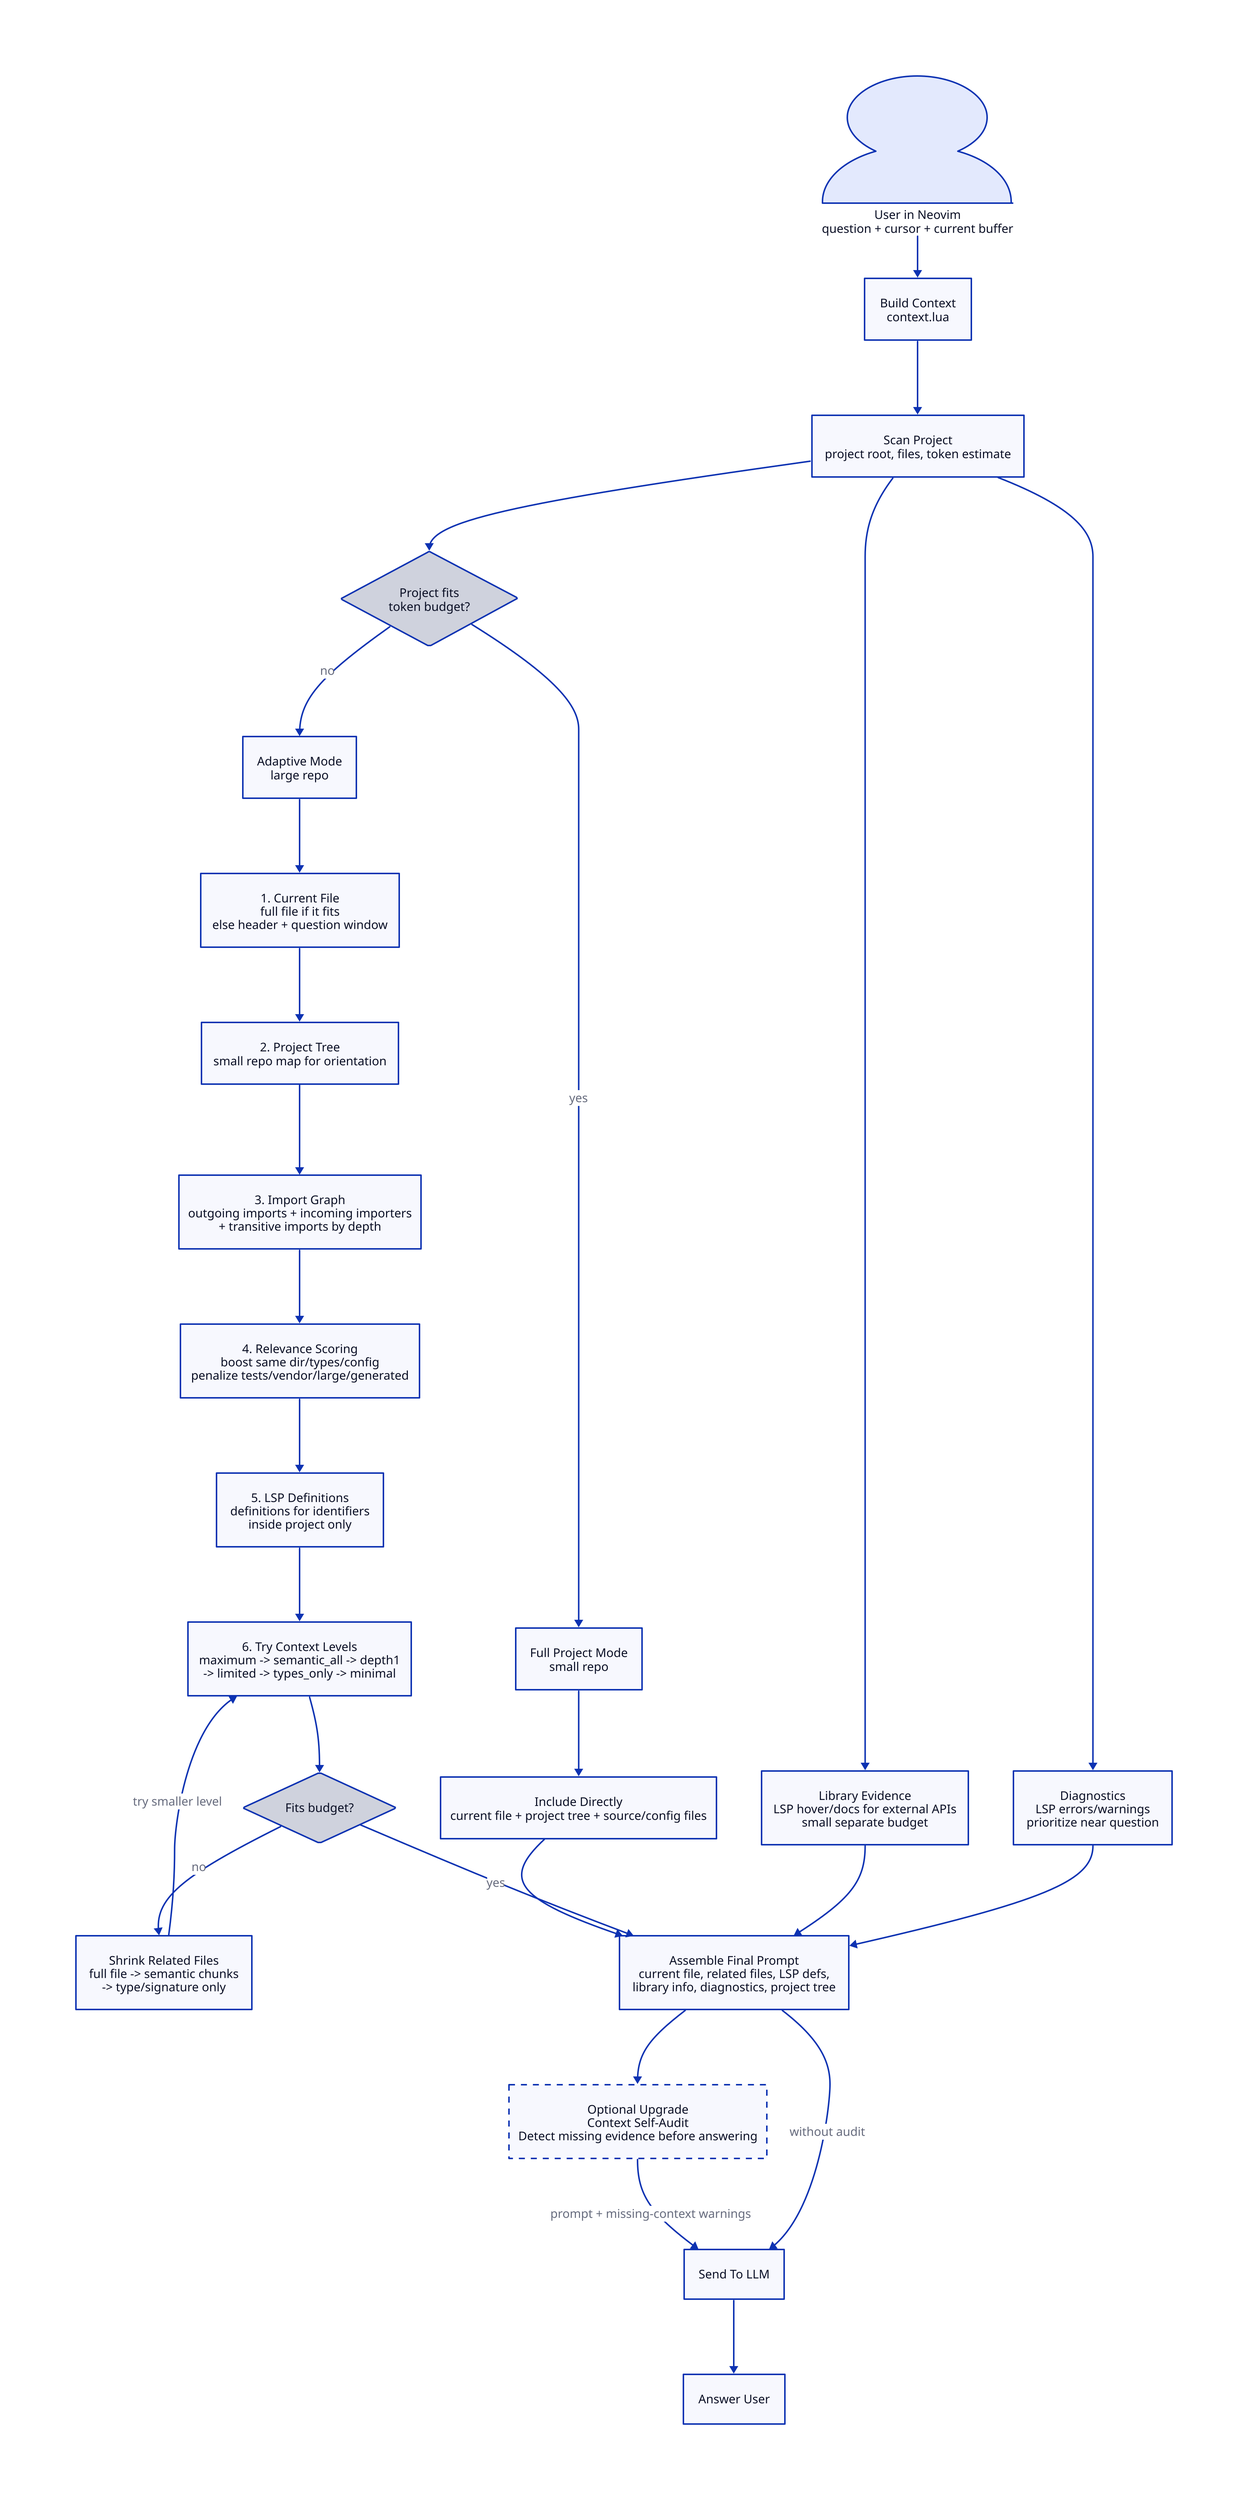
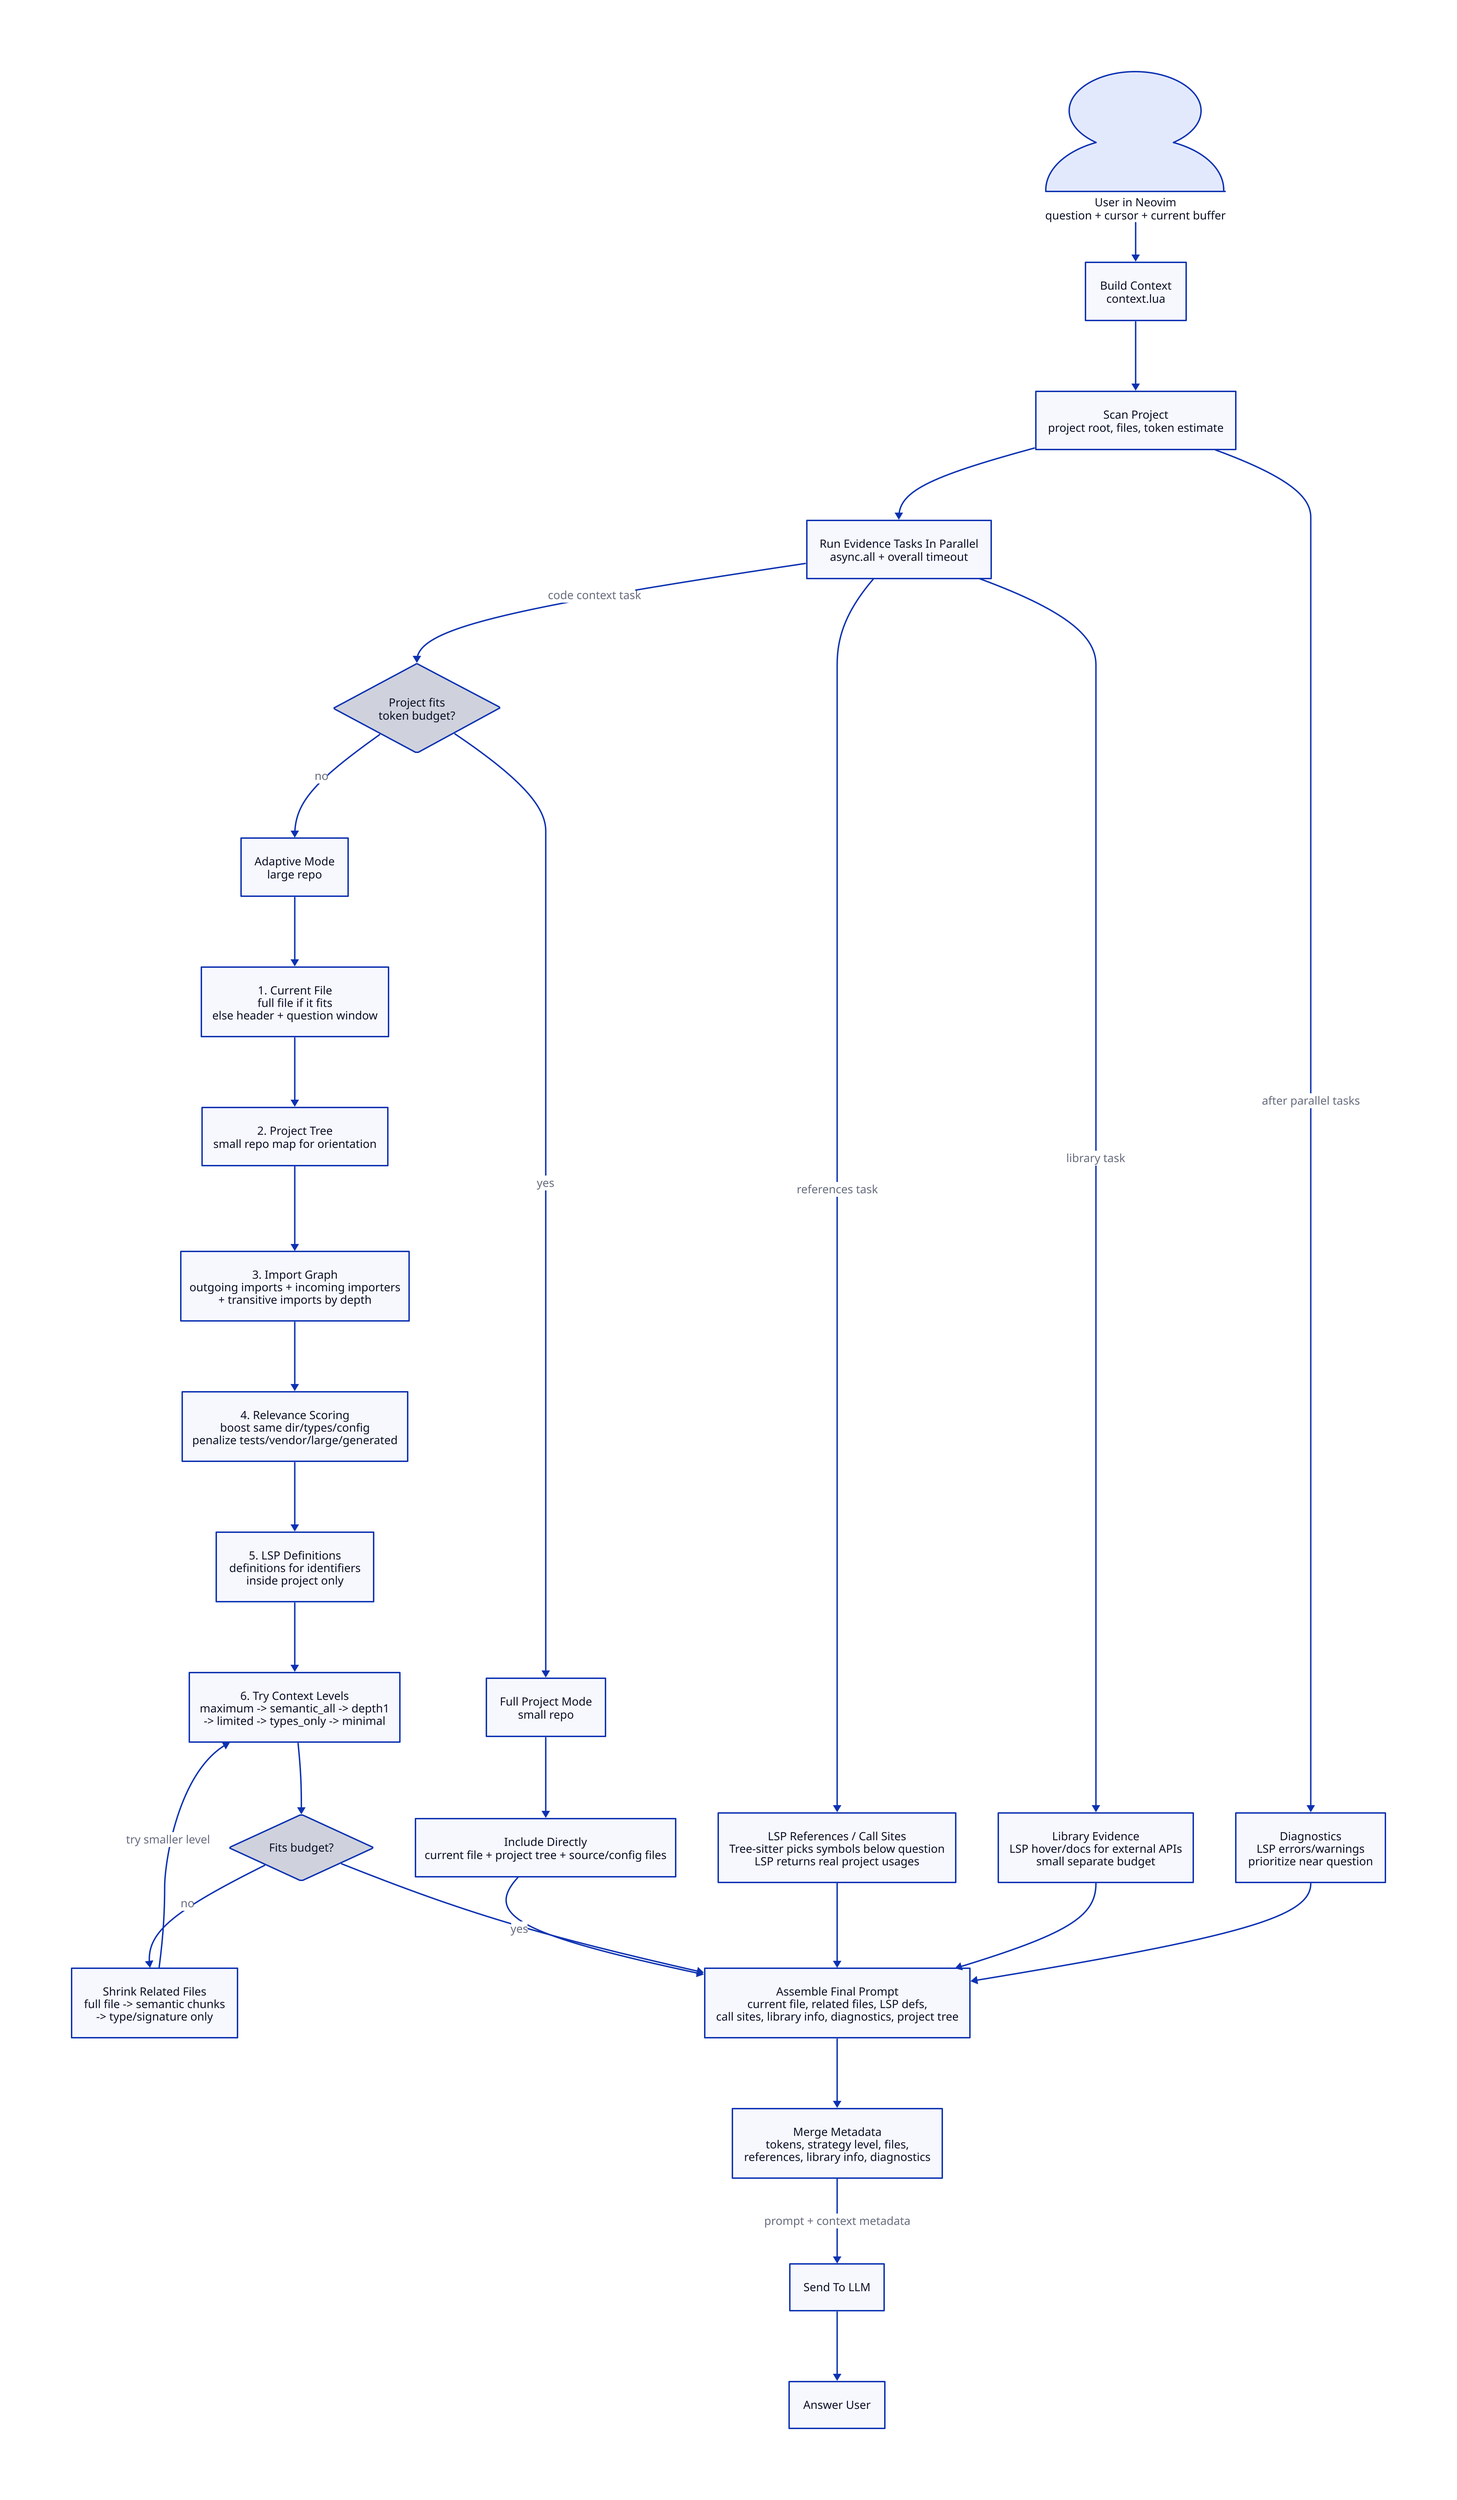
direction: down

User: {
  shape: person
  label: "User in Neovim\nquestion + cursor + current buffer"
}

Entry: "Build Context\ncontext.lua"

Scan: {
  label: "Scan Project\nproject root, files, token estimate"
+ }
+ 
+ Parallel: {
+   shape: rectangle
+   label: "Run Evidence Tasks In Parallel\nasync.all + overall timeout"
}

Mode: {
  shape: diamond
  label: "Project fits\ntoken budget?"
}

Full: {
  label: "Full Project Mode\nsmall repo"
  shape: rectangle
}

Adaptive: {
  label: "Adaptive Mode\nlarge repo"
  shape: rectangle
}

FullContext: {
  label: "Include Directly\ncurrent file + project tree + source/config files"
}

CurrentFile: {
  label: "1. Current File\nfull file if it fits\nelse header + question window"
}

Tree: {
  label: "2. Project Tree\nsmall repo map for orientation"
}

Imports: {
  label: "3. Import Graph\noutgoing imports + incoming importers\n+ transitive imports by depth"
}

Score: {
  label: "4. Relevance Scoring\nboost same dir/types/config\npenalize tests/vendor/large/generated"
}

LSPDefs: {
  label: "5. LSP Definitions\ndefinitions for identifiers\ninside project only"
}

Strategy: {
  label: "6. Try Context Levels\nmaximum -> semantic_all -> depth1\n-> limited -> types_only -> minimal"
}

Shrink: {
  shape: diamond
  label: "Fits budget?"
}

Chunking: {
  label: "Shrink Related Files\nfull file -> semantic chunks\n-> type/signature only"
}

Library: {
  label: "Library Evidence\nLSP hover/docs for external APIs\nsmall separate budget"
}

+ References: {
+   label: "LSP References / Call Sites\nTree-sitter picks symbols below question\nLSP returns real project usages"
+ }
+ 
Diagnostics: {
  label: "Diagnostics\nLSP errors/warnings\nprioritize near question"
}

Assemble: {
-   label: "Assemble Final Prompt\ncurrent file, related files, LSP defs,\nlibrary info, diagnostics, project tree"
+   label: "Assemble Final Prompt\ncurrent file, related files, LSP defs,\ncall sites, library info, diagnostics, project tree"
}

- Audit: {
-   style.stroke-dash: 4
-   label: "Optional Upgrade\nContext Self-Audit\nDetect missing evidence before answering"
+ Metadata: {
+   label: "Merge Metadata\ntokens, strategy level, files,\nreferences, library info, diagnostics"
}

LLM: "Send To LLM"
Answer: "Answer User"

User -> Entry
Entry -> Scan
- Scan -> Mode
+ Scan -> Parallel
+ Parallel -> Mode: "code context task"

Mode -> Full: "yes"
Mode -> Adaptive: "no"

Full -> FullContext
FullContext -> Assemble

Adaptive -> CurrentFile
CurrentFile -> Tree
Tree -> Imports
Imports -> Score
Score -> LSPDefs
LSPDefs -> Strategy
Strategy -> Shrink
Shrink -> Assemble: "yes"
Shrink -> Chunking: "no"
Chunking -> Strategy: "try smaller level"

+ Parallel -> References: "references task"
+ Parallel -> Library: "library task"
+ Scan -> Diagnostics: "after parallel tasks"
+ 
+ References -> Assemble
Library -> Assemble
Diagnostics -> Assemble
- Scan -> Library
- Scan -> Diagnostics

- Assemble -> Audit
- Audit -> LLM: "prompt + missing-context warnings"
- Assemble -> LLM: "without audit"
+ Assemble -> Metadata
+ Metadata -> LLM: "prompt + context metadata"
LLM -> Answer
